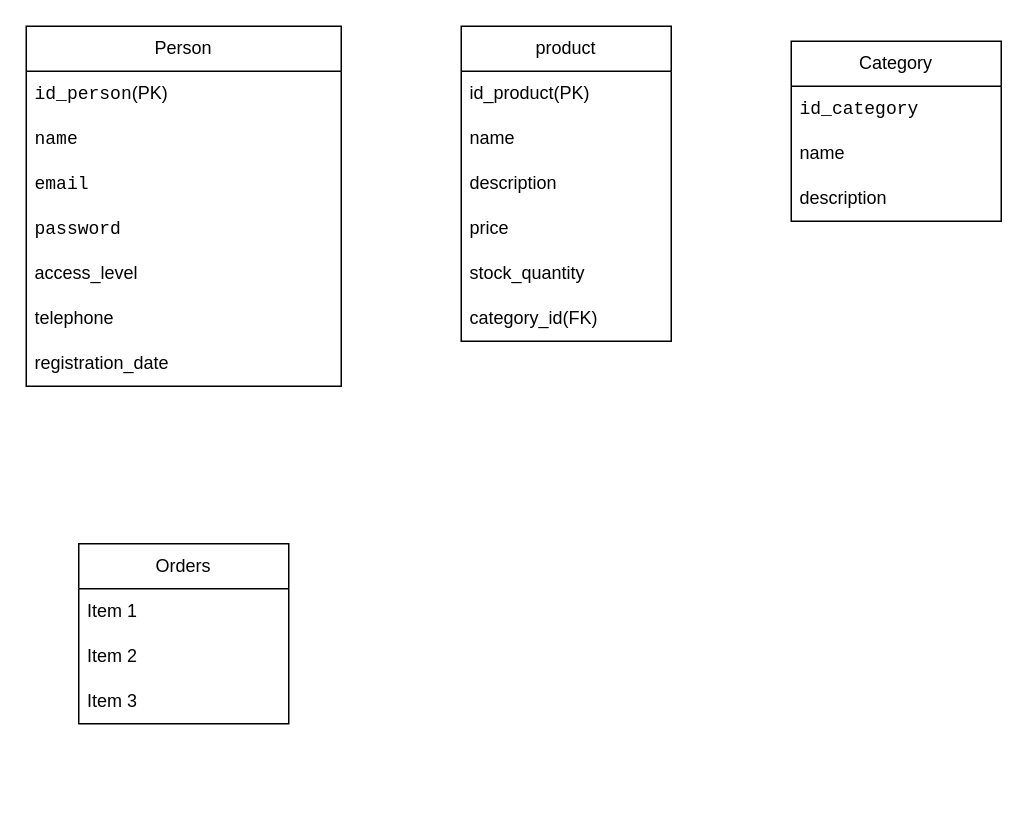
Above: Arquitetura/Diagrama sem nome.drawio in Rafael1572008/Trabalho_Igor_tema (draw.io), before the change. Source tidied: cells renumbered, new cells numbered last; positions are measured from the earlier drawing's top-left corner, leaving out a move shared by most shapes. Both pictures are drawn from the tidied source at 150%, with x=0, y=0 at pixel (26, 26).
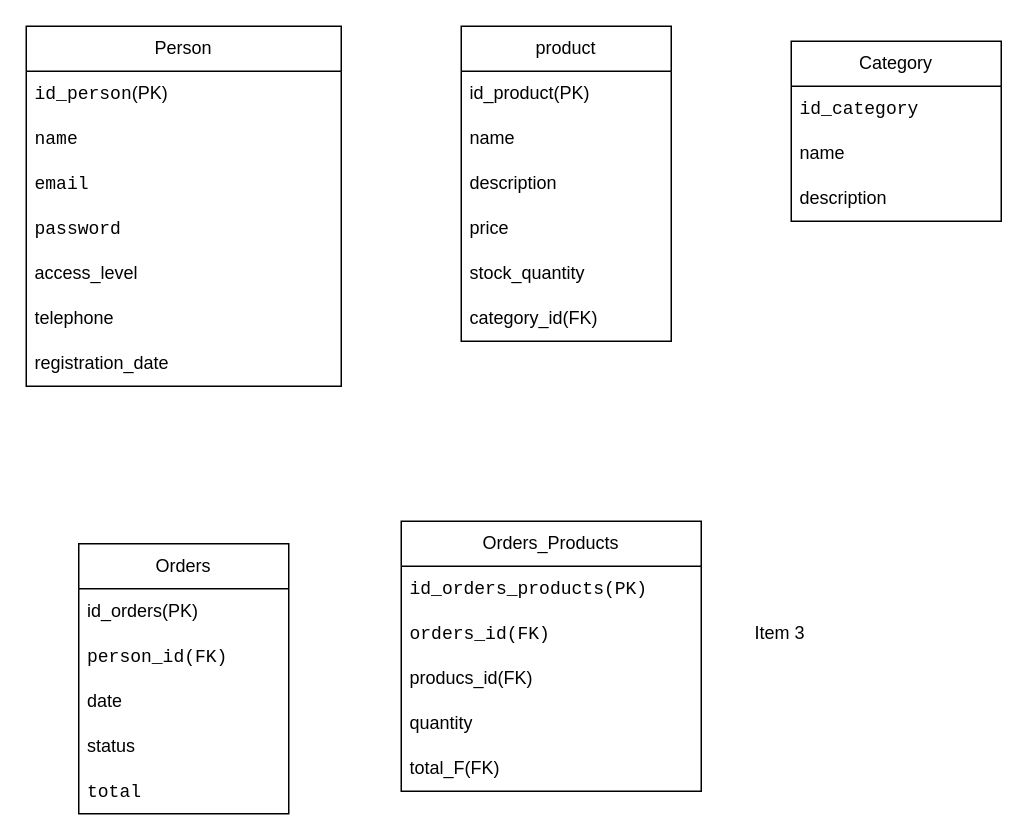
The same diagram, later.

Change to the diagram source:
```diff
@@
     <mxCell id="21" value="Orders" style="swimlane;fontStyle=0;horizontal=1;startSize=30;whiteSpace=wrap;html=1;" parent="1" vertex="1">
-      <mxGeometry x="35" y="345" width="140" height="120" as="geometry" />
+      <mxGeometry x="35" y="345" width="140" height="180" as="geometry" />
     </mxCell>
-    <mxCell id="22" value="Item 1" style="text;strokeColor=none;fillColor=none;align=left;verticalAlign=middle;spacingLeft=4;spacingRight=4;overflow=hidden;whiteSpace=wrap;html=1;" parent="21" vertex="1">
+    <mxCell id="22" value="id_orders(PK)" style="text;strokeColor=none;fillColor=none;align=left;verticalAlign=middle;spacingLeft=4;spacingRight=4;overflow=hidden;whiteSpace=wrap;html=1;" parent="21" vertex="1">
       <mxGeometry y="30" width="140" height="30" as="geometry" />
     </mxCell>
-    <mxCell id="23" value="Item 2" style="text;strokeColor=none;fillColor=none;align=left;verticalAlign=middle;spacingLeft=4;spacingRight=4;overflow=hidden;whiteSpace=wrap;html=1;" parent="21" vertex="1">
+    <mxCell id="23" value="&lt;code&gt;person_id(FK)&lt;br&gt;&lt;/code&gt;" style="text;strokeColor=none;fillColor=none;align=left;verticalAlign=middle;spacingLeft=4;spacingRight=4;overflow=hidden;whiteSpace=wrap;html=1;" parent="21" vertex="1">
       <mxGeometry y="60" width="140" height="30" as="geometry" />
     </mxCell>
-    <mxCell id="24" value="Item 3" style="text;strokeColor=none;fillColor=none;align=left;verticalAlign=middle;spacingLeft=4;spacingRight=4;overflow=hidden;whiteSpace=wrap;html=1;" parent="21" vertex="1">
+    <mxCell id="24" value="date" style="text;strokeColor=none;fillColor=none;align=left;verticalAlign=middle;spacingLeft=4;spacingRight=4;overflow=hidden;whiteSpace=wrap;html=1;" parent="21" vertex="1">
       <mxGeometry y="90" width="140" height="30" as="geometry" />
     </mxCell>
+    <mxCell id="25" value="status" style="text;strokeColor=none;fillColor=none;align=left;verticalAlign=middle;spacingLeft=4;spacingRight=4;overflow=hidden;whiteSpace=wrap;html=1;" parent="21" vertex="1">
+      <mxGeometry y="120" width="140" height="30" as="geometry" />
+    </mxCell>
+    <mxCell id="26" value="&lt;code&gt;total&lt;/code&gt;" style="text;strokeColor=none;fillColor=none;align=left;verticalAlign=middle;spacingLeft=4;spacingRight=4;overflow=hidden;whiteSpace=wrap;html=1;" parent="21" vertex="1">
+      <mxGeometry y="150" width="140" height="30" as="geometry" />
+    </mxCell>
+    <mxCell id="27" value="Orders_Products" style="swimlane;fontStyle=0;horizontal=1;startSize=30;whiteSpace=wrap;html=1;" parent="1" vertex="1">
+      <mxGeometry x="250" y="330" width="200" height="180" as="geometry" />
+    </mxCell>
+    <mxCell id="28" value="&lt;code&gt;id_orders_products(PK)&lt;br&gt;&lt;/code&gt;" style="text;strokeColor=none;fillColor=none;align=left;verticalAlign=middle;spacingLeft=4;spacingRight=4;overflow=hidden;whiteSpace=wrap;html=1;" parent="27" vertex="1">
+      <mxGeometry y="30" width="200" height="30" as="geometry" />
+    </mxCell>
+    <mxCell id="29" value="&lt;code&gt;orders_id(FK)&lt;/code&gt;" style="text;strokeColor=none;fillColor=none;align=left;verticalAlign=middle;spacingLeft=4;spacingRight=4;overflow=hidden;whiteSpace=wrap;html=1;" parent="27" vertex="1">
+      <mxGeometry y="60" width="200" height="30" as="geometry" />
+    </mxCell>
+    <mxCell id="30" value="producs_id(FK)" style="text;strokeColor=none;fillColor=none;align=left;verticalAlign=middle;spacingLeft=4;spacingRight=4;overflow=hidden;whiteSpace=wrap;html=1;" parent="27" vertex="1">
+      <mxGeometry y="90" width="200" height="30" as="geometry" />
+    </mxCell>
+    <mxCell id="31" value="quantity" style="text;strokeColor=none;fillColor=none;align=left;verticalAlign=middle;spacingLeft=4;spacingRight=4;overflow=hidden;whiteSpace=wrap;html=1;" parent="27" vertex="1">
+      <mxGeometry y="120" width="200" height="30" as="geometry" />
+    </mxCell>
+    <mxCell id="32" value="total_F(FK)" style="text;strokeColor=none;fillColor=none;align=left;verticalAlign=middle;spacingLeft=4;spacingRight=4;overflow=hidden;whiteSpace=wrap;html=1;" parent="27" vertex="1">
+      <mxGeometry y="150" width="200" height="30" as="geometry" />
+    </mxCell>
+    <mxCell id="33" value="Item 3" style="text;strokeColor=none;fillColor=none;align=left;verticalAlign=middle;spacingLeft=4;spacingRight=4;overflow=hidden;whiteSpace=wrap;html=1;" parent="1" vertex="1">
+      <mxGeometry x="480" y="390" width="140" height="30" as="geometry" />
+    </mxCell>
```
